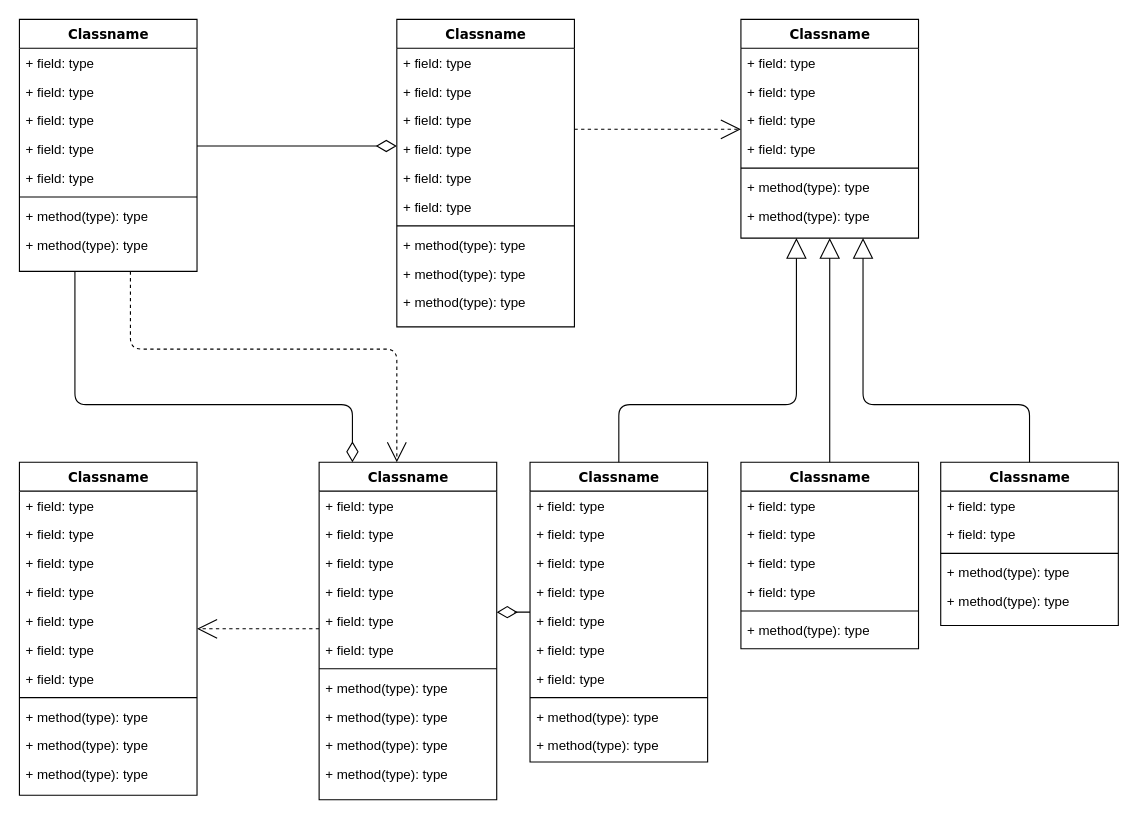
The draw.io diagram ecom.drawio in fardeenhsiddiqui/design-pattern, before the edit. Source tidied: cells renumbered, new cells numbered last; positions are measured from the earlier drawing's top-left corner, leaving out a move shared by most shapes. Both pictures are drawn from the tidied source at 111%, with x=0, y=0 at pixel (19, 19).
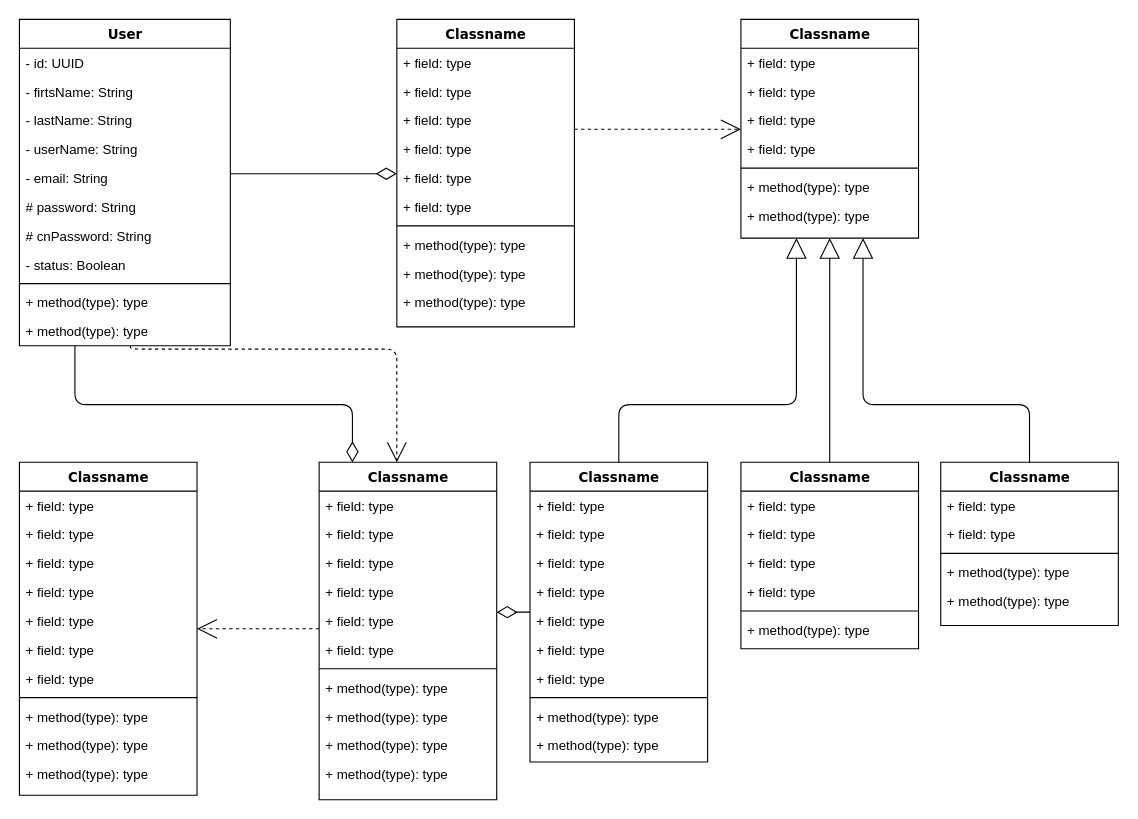
The same diagram, later.

What changed in the source:
```diff
@@
-    <mxCell id="4" value="Classname" style="swimlane;html=1;fontStyle=1;align=center;verticalAlign=top;horizontal=1;startSize=26;swimlaneFillColor=#ffffff;rounded=0;shadow=0;comic=0;labelBackgroundColor=none;strokeWidth=1;fillColor=none;fontFamily=Verdana;fontSize=12;" parent="1" vertex="1">
-      <mxGeometry width="160" height="227" as="geometry" />
+    <mxCell id="4" value="User" style="swimlane;html=1;fontStyle=1;align=center;verticalAlign=top;horizontal=1;startSize=26;swimlaneFillColor=#ffffff;rounded=0;shadow=0;comic=0;labelBackgroundColor=none;strokeWidth=1;fillColor=none;fontFamily=Verdana;fontSize=12;" parent="1" vertex="1">
+      <mxGeometry width="190" height="294" as="geometry" />
     </mxCell>
-    <mxCell id="5" value="+ field: type" style="text;html=1;strokeColor=none;fillColor=none;align=left;verticalAlign=top;spacingLeft=4;spacingRight=4;whiteSpace=wrap;overflow=hidden;" parent="4" vertex="1">
-      <mxGeometry y="26" width="160" height="26" as="geometry" />
+    <mxCell id="5" value="- id: UUID" style="text;html=1;strokeColor=none;fillColor=none;align=left;verticalAlign=top;spacingLeft=4;spacingRight=4;whiteSpace=wrap;overflow=hidden;" parent="4" vertex="1">
+      <mxGeometry y="26" width="190" height="26" as="geometry" />
     </mxCell>
-    <mxCell id="6" value="+ field: type" style="text;html=1;strokeColor=none;fillColor=none;align=left;verticalAlign=top;spacingLeft=4;spacingRight=4;whiteSpace=wrap;overflow=hidden;" parent="4" vertex="1">
-      <mxGeometry y="52" width="160" height="26" as="geometry" />
+    <mxCell id="6" value="- firtsName: String" style="text;html=1;strokeColor=none;fillColor=none;align=left;verticalAlign=top;spacingLeft=4;spacingRight=4;whiteSpace=wrap;overflow=hidden;" parent="4" vertex="1">
+      <mxGeometry y="52" width="190" height="26" as="geometry" />
     </mxCell>
-    <mxCell id="7" value="+ field: type" style="text;html=1;strokeColor=none;fillColor=none;align=left;verticalAlign=top;spacingLeft=4;spacingRight=4;whiteSpace=wrap;overflow=hidden;" parent="4" vertex="1">
-      <mxGeometry y="78" width="160" height="26" as="geometry" />
+    <mxCell id="7" value="- lastName: String" style="text;html=1;strokeColor=none;fillColor=none;align=left;verticalAlign=top;spacingLeft=4;spacingRight=4;whiteSpace=wrap;overflow=hidden;" parent="4" vertex="1">
+      <mxGeometry y="78" width="190" height="26" as="geometry" />
     </mxCell>
-    <mxCell id="8" value="+ field: type" style="text;html=1;strokeColor=none;fillColor=none;align=left;verticalAlign=top;spacingLeft=4;spacingRight=4;whiteSpace=wrap;overflow=hidden;" parent="4" vertex="1">
-      <mxGeometry y="104" width="160" height="26" as="geometry" />
+    <mxCell id="8" value="- userName: String" style="text;html=1;strokeColor=none;fillColor=none;align=left;verticalAlign=top;spacingLeft=4;spacingRight=4;whiteSpace=wrap;overflow=hidden;" parent="4" vertex="1">
+      <mxGeometry y="104" width="190" height="26" as="geometry" />
     </mxCell>
-    <mxCell id="9" value="+ field: type" style="text;html=1;strokeColor=none;fillColor=none;align=left;verticalAlign=top;spacingLeft=4;spacingRight=4;whiteSpace=wrap;overflow=hidden;" parent="4" vertex="1">
-      <mxGeometry y="130" width="160" height="26" as="geometry" />
+    <mxCell id="9" value="- email: String" style="text;html=1;strokeColor=none;fillColor=none;align=left;verticalAlign=top;spacingLeft=4;spacingRight=4;whiteSpace=wrap;overflow=hidden;" parent="4" vertex="1">
+      <mxGeometry y="130" width="190" height="26" as="geometry" />
     </mxCell>
+    <mxCell id="87" value="# password: String" style="text;html=1;strokeColor=none;fillColor=none;align=left;verticalAlign=top;spacingLeft=4;spacingRight=4;whiteSpace=wrap;overflow=hidden;" parent="4" vertex="1">
+      <mxGeometry y="156" width="190" height="26" as="geometry" />
+    </mxCell>
+    <mxCell id="88" value="# cnPassword: String" style="text;html=1;strokeColor=none;fillColor=none;align=left;verticalAlign=top;spacingLeft=4;spacingRight=4;whiteSpace=wrap;overflow=hidden;" parent="4" vertex="1">
+      <mxGeometry y="182" width="190" height="26" as="geometry" />
+    </mxCell>
+    <mxCell id="89" value="- status: Boolean" style="text;html=1;strokeColor=none;fillColor=none;align=left;verticalAlign=top;spacingLeft=4;spacingRight=4;whiteSpace=wrap;overflow=hidden;" parent="4" vertex="1">
+      <mxGeometry y="208" width="190" height="26" as="geometry" />
+    </mxCell>
     <mxCell id="10" style="line;html=1;strokeWidth=1;fillColor=none;align=left;verticalAlign=middle;spacingTop=-1;spacingLeft=3;spacingRight=3;labelPosition=right;" parent="4" vertex="1">
-      <mxGeometry y="156" width="160" height="8" as="geometry" />
+      <mxGeometry y="234" width="190" height="8" as="geometry" />
     </mxCell>
     <mxCell id="11" value="+ method(type): type" style="text;html=1;strokeColor=none;fillColor=none;align=left;verticalAlign=top;spacingLeft=4;spacingRight=4;whiteSpace=wrap;overflow=hidden;" parent="4" vertex="1">
-      <mxGeometry y="164" width="160" height="26" as="geometry" />
+      <mxGeometry y="242" width="190" height="26" as="geometry" />
     </mxCell>
     <mxCell id="12" value="+ method(type): type" style="text;html=1;strokeColor=none;fillColor=none;align=left;verticalAlign=top;spacingLeft=4;spacingRight=4;whiteSpace=wrap;overflow=hidden;" parent="4" vertex="1">
-      <mxGeometry y="190" width="160" height="26" as="geometry" />
+      <mxGeometry y="268" width="190" height="26" as="geometry" />
     </mxCell>
```
